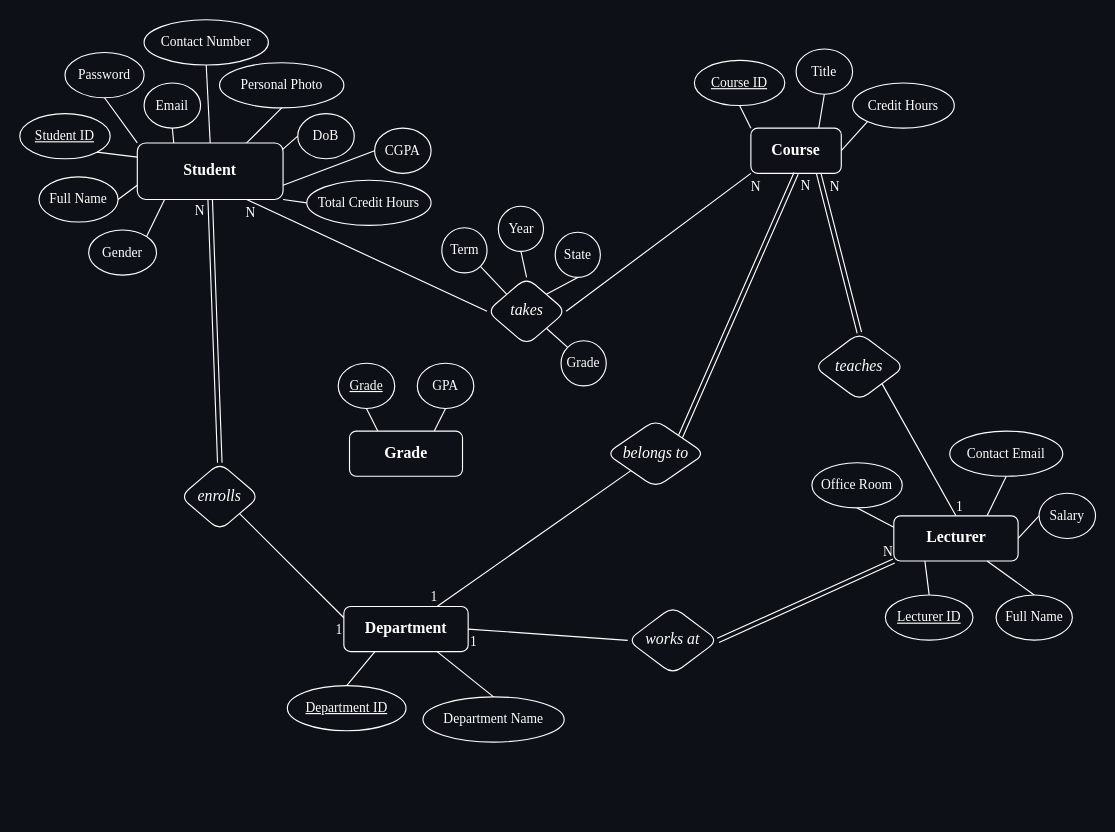
Earlier version of the draw.io diagram Database/database-design-ERD.drawio (mennamamdouh/University-Data-Management-System). Source tidied: cells renumbered, new cells numbered last; positions are measured from the earlier drawing's top-left corner, leaving out a move shared by most shapes. Both pictures are drawn from the tidied source at 113%, with x=0, y=0 at pixel (19, 19).
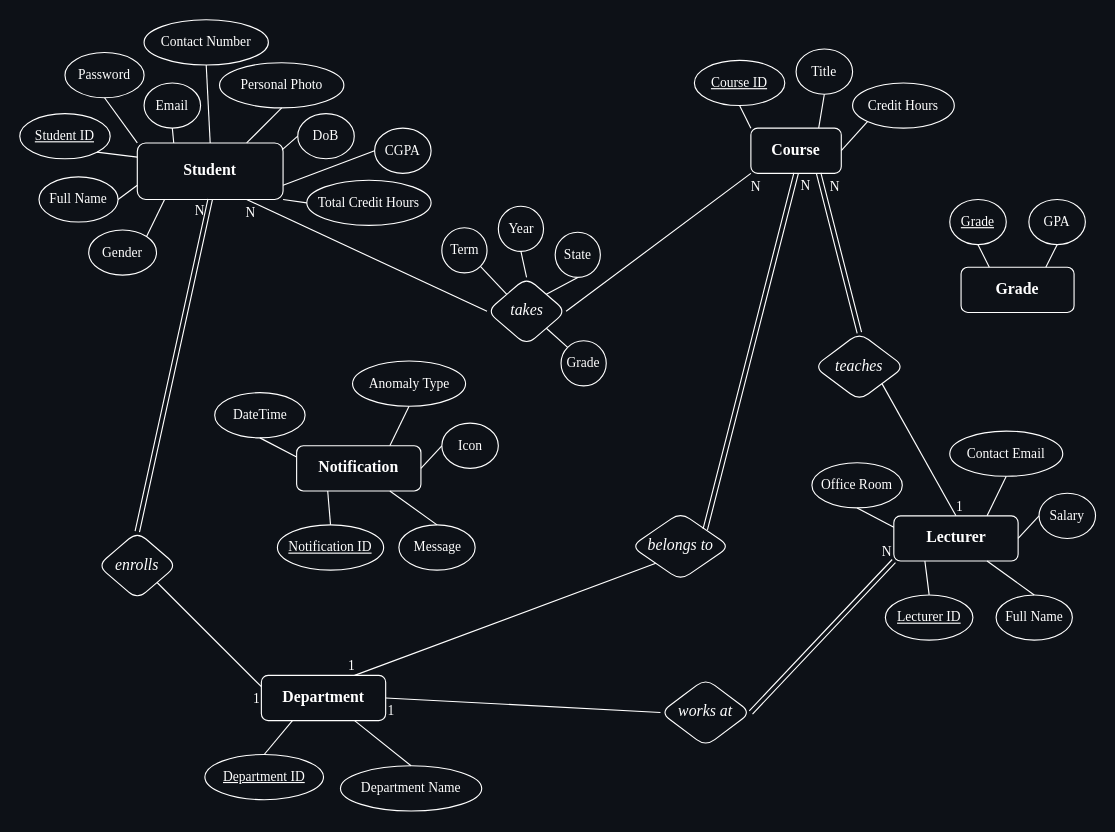
Above is the later version.

Commit message (it also covers changes not shown here):
updated the ERD with the Notification entity and fixed some tables in the README, fixes #1

Diff of the diagram source:
```diff
@@
     <mxCell id="24" value="&lt;font style=&quot;font-size: 14px;&quot;&gt;&lt;b&gt;Grade&lt;/b&gt;&lt;/font&gt;" style="whiteSpace=wrap;html=1;align=center;labelBackgroundColor=none;fontFamily=Times New Roman;rounded=1;fontColor=#ffffff;fillColor=#0d1117;strokeColor=#FFFFFF;" parent="1" vertex="1">
-      <mxGeometry x="291.8" y="364" width="100" height="40" as="geometry" />
+      <mxGeometry x="833" y="219" width="100" height="40" as="geometry" />
     </mxCell>
     <mxCell id="25" value="Grade" style="ellipse;whiteSpace=wrap;html=1;align=center;fontStyle=4;labelBackgroundColor=none;fontFamily=Times New Roman;rounded=1;fontColor=#ffffff;fillColor=#0d1117;strokeColor=#FFFFFF;" parent="1" vertex="1">
-      <mxGeometry x="281.8" y="304" width="50" height="40" as="geometry" />
+      <mxGeometry x="823" y="159" width="50" height="40" as="geometry" />
     </mxCell>
@@
     <mxCell id="28" value="GPA" style="ellipse;whiteSpace=wrap;html=1;align=center;labelBackgroundColor=none;fontFamily=Times New Roman;rounded=1;fontColor=#ffffff;fillColor=#0d1117;strokeColor=#FFFFFF;" parent="1" vertex="1">
-      <mxGeometry x="351.8" y="304" width="50" height="40" as="geometry" />
+      <mxGeometry x="893" y="159" width="50" height="40" as="geometry" />
     </mxCell>
     <mxCell id="29" value="&lt;font style=&quot;font-size: 14px;&quot;&gt;&lt;b&gt;Department&lt;/b&gt;&lt;/font&gt;" style="whiteSpace=wrap;html=1;align=center;labelBackgroundColor=none;fontFamily=Times New Roman;rounded=1;fontColor=#ffffff;fillColor=#0d1117;strokeColor=#FFFFFF;" parent="1" vertex="1">
-      <mxGeometry x="286.8" y="519.2" width="110" height="40" as="geometry" />
+      <mxGeometry x="213.8" y="580.2" width="110" height="40" as="geometry" />
     </mxCell>
     <mxCell id="30" value="Department ID" style="ellipse;whiteSpace=wrap;html=1;align=center;fontStyle=4;labelBackgroundColor=none;fontFamily=Times New Roman;rounded=1;fontColor=#ffffff;fillColor=#0d1117;strokeColor=#FFFFFF;" parent="1" vertex="1">
-      <mxGeometry x="236.8" y="589.2" width="105" height="40" as="geometry" />
+      <mxGeometry x="163.8" y="650.2" width="105" height="40" as="geometry" />
     </mxCell>
@@
     <mxCell id="32" value="Department Name" style="ellipse;whiteSpace=wrap;html=1;align=center;labelBackgroundColor=none;fontFamily=Times New Roman;rounded=1;fontColor=#ffffff;fillColor=#0d1117;strokeColor=#FFFFFF;" parent="1" vertex="1">
-      <mxGeometry x="356.8" y="599.2" width="125" height="40" as="geometry" />
+      <mxGeometry x="283.8" y="660.2" width="125" height="40" as="geometry" />
     </mxCell>
@@
     <mxCell id="53" value="&lt;i style=&quot;border-color: var(--border-color);&quot;&gt;&lt;font style=&quot;border-color: var(--border-color); font-size: 14px;&quot;&gt;belongs to&lt;/font&gt;&lt;/i&gt;" style="shape=rhombus;perimeter=rhombusPerimeter;whiteSpace=wrap;html=1;align=center;labelBackgroundColor=none;fontFamily=Times New Roman;rounded=1;fontColor=#ffffff;fillColor=#0d1117;strokeColor=#FFFFFF;" parent="1" vertex="1">
-      <mxGeometry x="519" y="354" width="87.5" height="60" as="geometry" />
+      <mxGeometry x="541" y="436" width="87.5" height="60" as="geometry" />
     </mxCell>
@@
     <mxCell id="58" value="&lt;i&gt;&lt;font style=&quot;font-size: 14px;&quot;&gt;works at&lt;/font&gt;&lt;/i&gt;" style="shape=rhombus;perimeter=rhombusPerimeter;whiteSpace=wrap;html=1;align=center;labelBackgroundColor=none;fontFamily=Times New Roman;rounded=1;fontColor=#ffffff;fillColor=#0d1117;strokeColor=#FFFFFF;" parent="1" vertex="1">
-      <mxGeometry x="538" y="519.2" width="80" height="60" as="geometry" />
+      <mxGeometry x="567" y="583" width="80" height="60" as="geometry" />
     </mxCell>
@@
     <mxCell id="63" value="&lt;span style=&quot;font-size: 14px;&quot;&gt;&lt;i&gt;enrolls&lt;/i&gt;&lt;/span&gt;" style="shape=rhombus;perimeter=rhombusPerimeter;whiteSpace=wrap;html=1;align=center;labelBackgroundColor=none;fontFamily=Times New Roman;rounded=1;fontColor=#ffffff;fillColor=#0d1117;strokeColor=#FFFFFF;" parent="1" vertex="1">
-      <mxGeometry x="142" y="392" width="70" height="60" as="geometry" />
+      <mxGeometry x="69" y="453" width="70" height="60" as="geometry" />
     </mxCell>
@@
+    <mxCell id="84" value="&lt;font style=&quot;font-size: 14px;&quot;&gt;&lt;b&gt;Notification&lt;/b&gt;&lt;/font&gt;" style="whiteSpace=wrap;html=1;align=center;labelBackgroundColor=none;fontFamily=Times New Roman;rounded=1;fontColor=#ffffff;fillColor=#0d1117;strokeColor=#FFFFFF;" parent="1" vertex="1">
+      <mxGeometry x="245" y="377" width="110" height="40" as="geometry" />
+    </mxCell>
+    <mxCell id="85" value="Notification ID" style="ellipse;whiteSpace=wrap;html=1;align=center;fontStyle=4;labelBackgroundColor=none;fontFamily=Times New Roman;rounded=1;fontColor=#ffffff;fillColor=#0d1117;strokeColor=#FFFFFF;" parent="1" vertex="1">
+      <mxGeometry x="228" y="447" width="94" height="40" as="geometry" />
+    </mxCell>
+    <mxCell id="86" style="endArrow=none;html=1;rounded=1;exitX=0.5;exitY=0;exitDx=0;exitDy=0;entryX=0.25;entryY=1;entryDx=0;entryDy=0;labelBackgroundColor=none;fontColor=#ffffff;fontFamily=Times New Roman;strokeColor=#FFFFFF;" parent="1" edge="1" source="85" target="84">
+      <mxGeometry relative="1" as="geometry" />
+    </mxCell>
+    <mxCell id="87" value="Message" style="ellipse;whiteSpace=wrap;html=1;align=center;labelBackgroundColor=none;fontFamily=Times New Roman;rounded=1;fontColor=#ffffff;fillColor=#0d1117;strokeColor=#FFFFFF;" parent="1" vertex="1">
+      <mxGeometry x="335.5" y="447" width="67.5" height="40" as="geometry" />
+    </mxCell>
+    <mxCell id="88" style="endArrow=none;html=1;rounded=1;entryX=0.75;entryY=1;entryDx=0;entryDy=0;exitX=0.5;exitY=0;exitDx=0;exitDy=0;labelBackgroundColor=none;fontColor=#ffffff;fontFamily=Times New Roman;strokeColor=#FFFFFF;" parent="1" edge="1" source="87" target="84">
+      <mxGeometry relative="1" as="geometry" />
+    </mxCell>
+    <mxCell id="89" value="Icon" style="ellipse;whiteSpace=wrap;html=1;align=center;labelBackgroundColor=none;fontFamily=Times New Roman;rounded=1;fontColor=#ffffff;fillColor=#0d1117;strokeColor=#FFFFFF;" parent="1" vertex="1">
+      <mxGeometry x="373.5" y="357" width="50" height="40" as="geometry" />
+    </mxCell>
+    <mxCell id="90" value="Anomaly Type" style="ellipse;whiteSpace=wrap;html=1;align=center;labelBackgroundColor=none;fontFamily=Times New Roman;rounded=1;fontColor=#ffffff;fillColor=#0d1117;strokeColor=#FFFFFF;" parent="1" vertex="1">
+      <mxGeometry x="294.5" y="302" width="100" height="40" as="geometry" />
+    </mxCell>
+    <mxCell id="91" value="DateTime" style="ellipse;whiteSpace=wrap;html=1;align=center;labelBackgroundColor=none;fontFamily=Times New Roman;rounded=1;fontColor=#ffffff;fillColor=#0d1117;strokeColor=#FFFFFF;" parent="1" vertex="1">
+      <mxGeometry x="172.5" y="330" width="80" height="40" as="geometry" />
+    </mxCell>
+    <mxCell id="92" style="endArrow=none;html=1;rounded=1;exitX=0.75;exitY=0;exitDx=0;exitDy=0;entryX=0.5;entryY=1;entryDx=0;entryDy=0;labelBackgroundColor=none;fontColor=#ffffff;fontFamily=Times New Roman;strokeColor=#FFFFFF;" parent="1" edge="1" source="84" target="90">
+      <mxGeometry relative="1" as="geometry" />
+    </mxCell>
+    <mxCell id="93" style="endArrow=none;html=1;rounded=1;exitX=0;exitY=0.5;exitDx=0;exitDy=0;entryX=1;entryY=0.5;entryDx=0;entryDy=0;labelBackgroundColor=none;fontColor=#ffffff;fontFamily=Times New Roman;strokeColor=#FFFFFF;" parent="1" edge="1" source="89" target="84">
+      <mxGeometry relative="1" as="geometry" />
+    </mxCell>
+    <mxCell id="94" style="endArrow=none;html=1;rounded=1;exitX=0;exitY=0.25;exitDx=0;exitDy=0;entryX=0.5;entryY=1;entryDx=0;entryDy=0;labelBackgroundColor=none;fontColor=#ffffff;fontFamily=Times New Roman;strokeColor=#FFFFFF;" parent="1" edge="1" source="84" target="91">
+      <mxGeometry relative="1" as="geometry" />
+    </mxCell>
```
